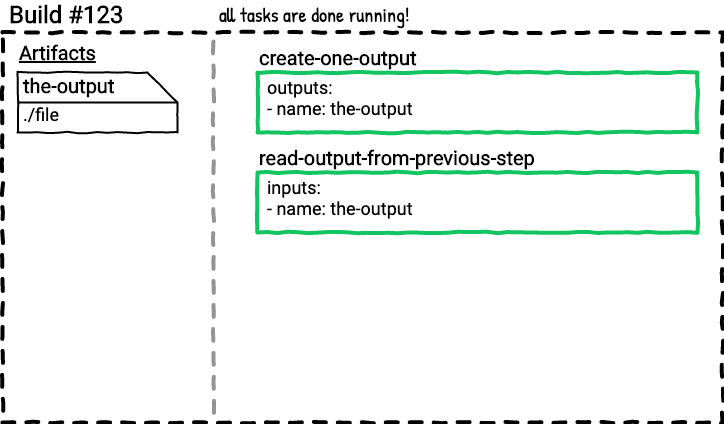
The draw.io diagram tasks-inputs-101/diagrams/example-one/04.png in taylorsilva/posts, before a commit. Source tidied: cells renumbered, new cells last; positions are measured from the earlier drawing's top-left corner, leaving out a move shared by most shapes. Its diagram source:
```xml
<mxGraphModel>
  <root>
    <mxCell id="0" />
    <mxCell id="1" parent="0" />
    <mxCell id="2" style="whiteSpace=wrap;html=1;dashed=1;strokeWidth=4;comic=1;fillColor=none;spacing=2;" parent="1" vertex="1">
      <mxGeometry y="28" width="720" height="390" as="geometry" />
    </mxCell>
    <mxCell id="3" style="endArrow=none;dashed=1;html=1;strokeWidth=4;comic=1;anchorPointDirection=0;exitX=0.293;exitY=0;exitDx=0;exitDy=0;exitPerimeter=0;strokeColor=#929497;" parent="1" edge="1">
      <mxGeometry relative="1" as="geometry">
        <mxPoint x="211" y="37" as="sourcePoint" />
        <mxPoint x="211" y="417" as="targetPoint" />
      </mxGeometry>
    </mxCell>
    <mxCell id="4" value="Untitled Layer" parent="0" />
    <mxCell id="5" value="Build #123" style="text;html=1;strokeColor=none;fillColor=none;align=left;verticalAlign=middle;whiteSpace=wrap;rounded=0;comic=1;fontStyle=1;fontFamily=Roboto;FType=g;fontSize=24;" parent="4" vertex="1">
      <mxGeometry x="5" width="200" height="20" as="geometry" />
    </mxCell>
    <mxCell id="6" value="all tasks are done running!" style="text;html=1;strokeColor=none;fillColor=none;align=left;verticalAlign=middle;whiteSpace=wrap;rounded=0;comic=1;fontFamily=Patrick Hand;FType=g;fontSize=20;" parent="4" vertex="1">
      <mxGeometry x="215" width="500" height="20" as="geometry" />
    </mxCell>
    <mxCell id="7" value="Artifacts" style="text;html=1;strokeColor=none;fillColor=none;align=left;verticalAlign=middle;whiteSpace=wrap;rounded=0;comic=1;fontStyle=5;fontFamily=Roboto;FType=g;fontSize=20;" parent="4" vertex="1">
      <mxGeometry x="15" y="38" width="90" height="20" as="geometry" />
    </mxCell>
    <mxCell id="8" style="group;" parent="4" vertex="1">
      <mxGeometry x="15" y="68" width="160" height="130" as="geometry" />
    </mxCell>
    <mxCell id="9" style="shape=card;whiteSpace=wrap;html=1;comic=1;strokeWidth=2;fillColor=none;direction=south;" parent="8" vertex="1">
      <mxGeometry width="160" height="60" as="geometry" />
    </mxCell>
    <mxCell id="10" value="the-output" style="text;html=1;strokeColor=none;fillColor=none;align=left;verticalAlign=middle;whiteSpace=wrap;rounded=0;comic=1;fontFamily=Roboto;fontSize=20;fontStyle=1;" parent="8" vertex="1">
      <mxGeometry x="4" y="3" width="126" height="20" as="geometry" />
    </mxCell>
    <mxCell id="11" value="./file" style="text;html=1;strokeColor=none;fillColor=none;align=center;verticalAlign=middle;whiteSpace=wrap;rounded=0;comic=1;fontFamily=Roboto;fontSize=18;" parent="8" vertex="1">
      <mxGeometry x="4" y="32" width="40" height="20" as="geometry" />
    </mxCell>
    <mxCell id="12" style="endArrow=none;html=1;strokeColor=#000000;strokeWidth=2;fontFamily=Roboto;fontSize=18;exitX=0.5;exitY=1;exitDx=0;exitDy=0;exitPerimeter=0;anchorPointDirection=0;" parent="8" edge="1" source="9">
      <mxGeometry relative="1" as="geometry">
        <mxPoint x="160" y="30" as="targetPoint" />
      </mxGeometry>
    </mxCell>
    <mxCell id="13" style="group;comic=0;" parent="4" vertex="1">
      <mxGeometry x="255" y="68" width="440" height="60" as="geometry" />
    </mxCell>
    <mxCell id="14" value="&lt;b&gt;create-one-output&lt;br&gt;&lt;/b&gt;" style="rounded=0;whiteSpace=wrap;html=1;comic=1;strokeWidth=4;fillColor=none;fontFamily=Roboto;fontSize=20;align=left;labelPosition=center;verticalLabelPosition=top;verticalAlign=bottom;strokeColor=#12C560;" parent="13" vertex="1">
      <mxGeometry width="440" height="60" as="geometry" />
    </mxCell>
    <mxCell id="15" value="outputs:&lt;br&gt;- name: the-output" style="text;strokeColor=none;fillColor=none;align=left;verticalAlign=top;rounded=0;comic=1;fontFamily=Roboto;fontSize=18;spacing=0;labelPosition=center;verticalLabelPosition=middle;html=1;" parent="13" vertex="1">
      <mxGeometry x="10" width="210" height="60" as="geometry" />
    </mxCell>
    <mxCell id="16" style="group;" parent="4" vertex="1">
      <mxGeometry x="255" y="168" width="440" height="60" as="geometry" />
    </mxCell>
    <mxCell id="17" value="&lt;b&gt;read-output-from-previous-step&lt;br&gt;&lt;/b&gt;" style="rounded=0;whiteSpace=wrap;html=1;comic=1;strokeWidth=4;fillColor=none;fontFamily=Roboto;fontSize=20;align=left;labelPosition=center;verticalLabelPosition=top;verticalAlign=bottom;strokeColor=#12C560;" parent="16" vertex="1">
      <mxGeometry width="440" height="60" as="geometry" />
    </mxCell>
    <mxCell id="18" value="inputs:&lt;br&gt;- name: the-output" style="text;strokeColor=none;fillColor=none;align=left;verticalAlign=top;rounded=0;comic=1;fontFamily=Roboto;fontSize=18;spacing=0;labelPosition=center;verticalLabelPosition=middle;html=1;" parent="16" vertex="1">
      <mxGeometry x="10" width="270" height="60" as="geometry" />
    </mxCell>
  </root>
</mxGraphModel>
```
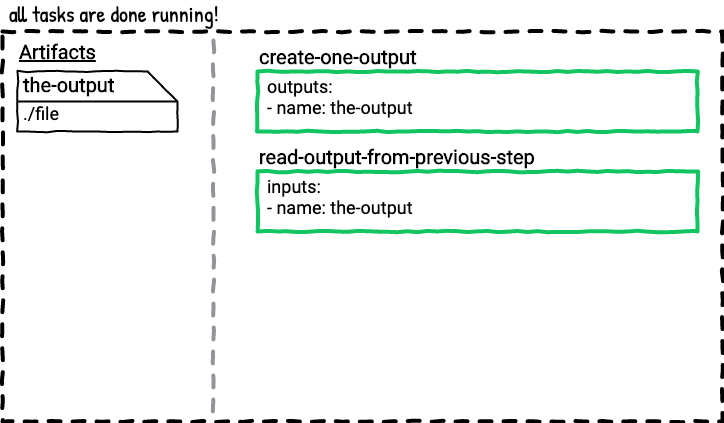
The same file after the commit.

Change to the diagram source:
```diff
@@ -1,22 +1,9 @@
 <mxGraphModel>
   <root>
     <mxCell id="0" />
-    <mxCell id="1" parent="0" />
-    <mxCell id="2" style="whiteSpace=wrap;html=1;dashed=1;strokeWidth=4;comic=1;fillColor=none;spacing=2;" parent="1" vertex="1">
-      <mxGeometry y="28" width="720" height="390" as="geometry" />
-    </mxCell>
-    <mxCell id="3" style="endArrow=none;dashed=1;html=1;strokeWidth=4;comic=1;anchorPointDirection=0;exitX=0.293;exitY=0;exitDx=0;exitDy=0;exitPerimeter=0;strokeColor=#929497;" parent="1" edge="1">
-      <mxGeometry relative="1" as="geometry">
-        <mxPoint x="211" y="37" as="sourcePoint" />
-        <mxPoint x="211" y="417" as="targetPoint" />
-      </mxGeometry>
-    </mxCell>
     <mxCell id="4" value="Untitled Layer" parent="0" />
-    <mxCell id="5" value="Build #123" style="text;html=1;strokeColor=none;fillColor=none;align=left;verticalAlign=middle;whiteSpace=wrap;rounded=0;comic=1;fontStyle=1;fontFamily=Roboto;FType=g;fontSize=24;" parent="4" vertex="1">
-      <mxGeometry x="5" width="200" height="20" as="geometry" />
-    </mxCell>
-    <mxCell id="6" value="all tasks are done running!" style="text;html=1;strokeColor=none;fillColor=none;align=left;verticalAlign=middle;whiteSpace=wrap;rounded=0;comic=1;fontFamily=Patrick Hand;FType=g;fontSize=20;" parent="4" vertex="1">
-      <mxGeometry x="215" width="500" height="20" as="geometry" />
+    <mxCell id="6" value="all tasks are done running!" style="text;html=1;strokeColor=none;fillColor=none;align=left;verticalAlign=middle;whiteSpace=wrap;rounded=0;comic=1;fontFamily=Patrick Hand;FType=g;fontSize=22;" parent="4" vertex="1">
+      <mxGeometry x="5" width="710" height="20" as="geometry" />
     </mxCell>
     <mxCell id="7" value="Artifacts" style="text;html=1;strokeColor=none;fillColor=none;align=left;verticalAlign=middle;whiteSpace=wrap;rounded=0;comic=1;fontStyle=5;fontFamily=Roboto;FType=g;fontSize=20;" parent="4" vertex="1">
       <mxGeometry x="15" y="38" width="90" height="20" as="geometry" />
@@ -56,5 +43,14 @@
     <mxCell id="18" value="inputs:&lt;br&gt;- name: the-output" style="text;strokeColor=none;fillColor=none;align=left;verticalAlign=top;rounded=0;comic=1;fontFamily=Roboto;fontSize=18;spacing=0;labelPosition=center;verticalLabelPosition=middle;html=1;" parent="16" vertex="1">
       <mxGeometry x="10" width="270" height="60" as="geometry" />
     </mxCell>
+    <mxCell id="2" style="whiteSpace=wrap;html=1;dashed=1;strokeWidth=4;comic=1;fillColor=none;spacing=2;" parent="4" vertex="1">
+      <mxGeometry y="28" width="720" height="390" as="geometry" />
+    </mxCell>
+    <mxCell id="3" style="endArrow=none;dashed=1;html=1;strokeWidth=4;comic=1;anchorPointDirection=0;exitX=0.293;exitY=0;exitDx=0;exitDy=0;exitPerimeter=0;strokeColor=#929497;" parent="4" edge="1">
+      <mxGeometry relative="1" as="geometry">
+        <mxPoint x="211" y="37" as="sourcePoint" />
+        <mxPoint x="211" y="417" as="targetPoint" />
+      </mxGeometry>
+    </mxCell>
   </root>
 </mxGraphModel>
```
